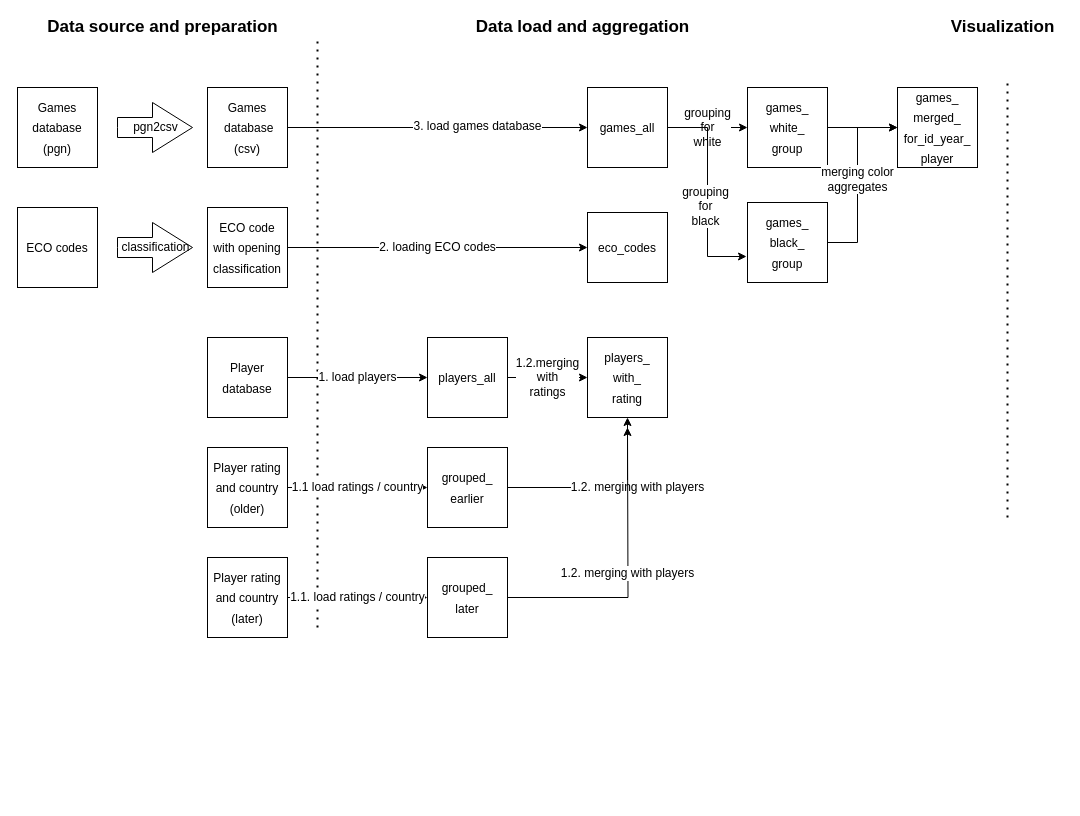
The draw.io diagram Untitled Diagram.drawio in lacibacsi/chess_playing_style_analysis, before the edit. Source tidied: cells renumbered, new cells numbered last; positions are measured from the earlier drawing's top-left corner, leaving out a move shared by most shapes. Both pictures are drawn from the tidied source at 100%, with x=0, y=0 at pixel (17, 17).
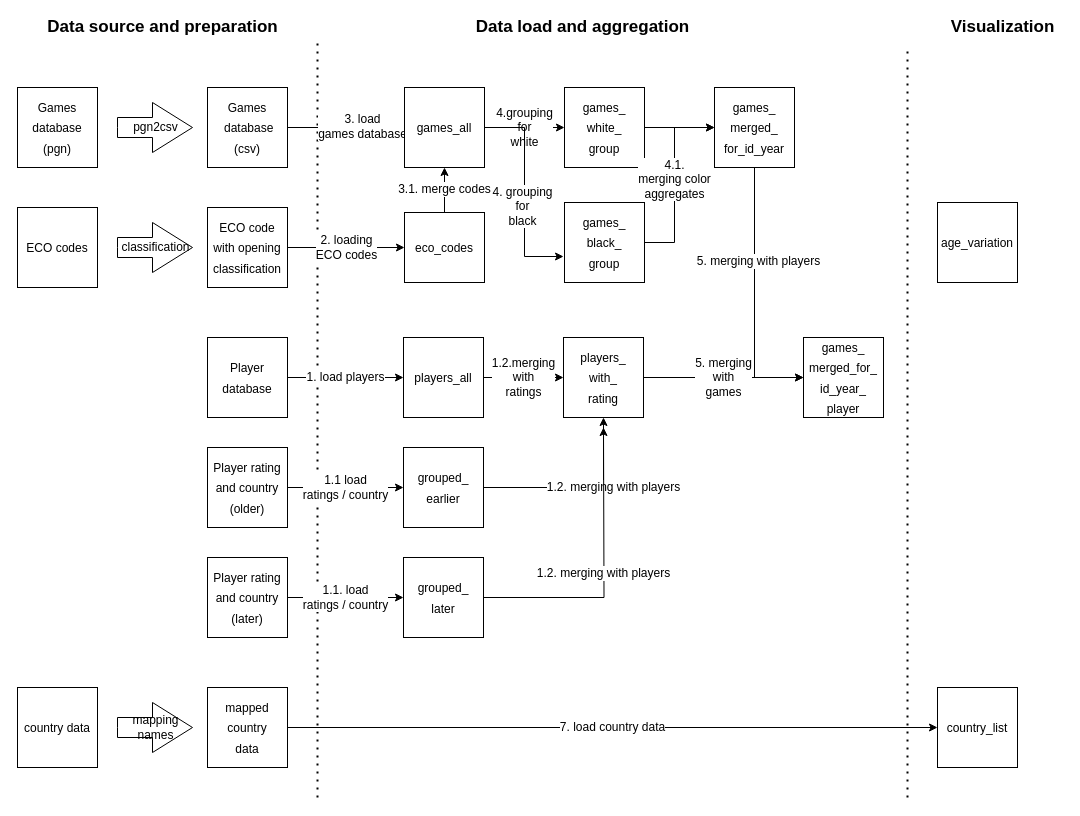
The same diagram, later.

Unchanged cells that the change refers to:
```xml
<mxCell id="9" style="edgeStyle=orthogonalEdgeStyle;rounded=0;jettySize=auto;html=1;exitX=1;exitY=0.5;exitDx=0;exitDy=0;entryX=0;entryY=0.5;entryDx=0;entryDy=0;fontSize=12;" parent="1" edge="1" source="11" target="33">
  <mxGeometry relative="1" as="geometry" />
</mxCell>
<mxCell id="15" value="&lt;font style=&quot;font-size: 12px&quot;&gt;ECO code with opening classification&lt;br&gt;&lt;/font&gt;" style="whiteSpace=wrap;html=1;fontSize=17;" parent="1" vertex="1">
  <mxGeometry x="190" y="190" width="80" height="80" as="geometry" />
</mxCell>
<mxCell id="17" value="&lt;font style=&quot;font-size: 12px&quot;&gt;Player rating and country (older)&lt;br&gt;&lt;/font&gt;" style="whiteSpace=wrap;html=1;fontSize=17;" parent="1" vertex="1">
  <mxGeometry x="190" y="430" width="80" height="80" as="geometry" />
</mxCell>
<mxCell id="21" value="&lt;font style=&quot;font-size: 12px&quot;&gt;Player rating and country (later)&lt;br&gt;&lt;/font&gt;" style="whiteSpace=wrap;html=1;fontSize=17;" parent="1" vertex="1">
  <mxGeometry x="190" y="540" width="80" height="80" as="geometry" />
</mxCell>
```

What changed in the source:
```diff
@@
     <mxCell id="2" style="endArrow=none;dashed=1;html=1;dashPattern=1 3;strokeWidth=2;rounded=0;" parent="1" edge="1">
       <mxGeometry relative="1" as="geometry">
-        <mxPoint x="300" y="610" as="sourcePoint" />
+        <mxPoint x="300" y="780" as="sourcePoint" />
         <mxPoint x="300" y="20" as="targetPoint" />
       </mxGeometry>
     </mxCell>
@@
-    <mxCell id="5" style="endArrow=none;dashed=1;html=1;dashPattern=1 3;strokeWidth=2;rounded=0;" parent="1" edge="1">
-      <mxGeometry relative="1" as="geometry">
-        <mxPoint x="990" y="500" as="sourcePoint" />
-        <mxPoint x="990" y="60" as="targetPoint" />
-      </mxGeometry>
-    </mxCell>
@@
-    <mxCell id="10" value="3. load games database" style="edgeLabel;html=1;align=center;verticalAlign=middle;fontSize=12;" parent="9" vertex="1">
+    <mxCell id="10" value="3. load &lt;br&gt;games database" style="edgeLabel;html=1;align=center;verticalAlign=middle;fontSize=12;" parent="9" vertex="1">
       <mxGeometry x="0.26" y="2" relative="1" as="geometry" />
     </mxCell>
@@
-    <mxCell id="14" value="2. loading ECO codes" style="edgeStyle=orthogonalEdgeStyle;rounded=0;jettySize=auto;html=1;fontSize=12;" parent="1" edge="1" source="15" target="29">
+    <mxCell id="14" value="2. loading&lt;br&gt;ECO codes" style="edgeStyle=orthogonalEdgeStyle;rounded=0;jettySize=auto;html=1;fontSize=12;" parent="1" edge="1" source="15" target="29">
       <mxGeometry relative="1" as="geometry" />
     </mxCell>
@@
-    <mxCell id="16" value="1.1 load ratings / country" style="edgeStyle=orthogonalEdgeStyle;rounded=0;jettySize=auto;html=1;exitX=1;exitY=0.5;exitDx=0;exitDy=0;entryX=0;entryY=0.5;entryDx=0;entryDy=0;fontSize=12;" parent="1" edge="1" source="17" target="25">
+    <mxCell id="16" value="1.1 load &lt;br&gt;ratings / country" style="edgeStyle=orthogonalEdgeStyle;rounded=0;jettySize=auto;html=1;exitX=1;exitY=0.5;exitDx=0;exitDy=0;entryX=0;entryY=0.5;entryDx=0;entryDy=0;fontSize=12;" parent="1" edge="1" source="17" target="25">
       <mxGeometry relative="1" as="geometry" />
     </mxCell>
@@
-    <mxCell id="20" value="1.1. load ratings / country" style="edgeStyle=orthogonalEdgeStyle;rounded=0;jettySize=auto;html=1;exitX=1;exitY=0.5;exitDx=0;exitDy=0;fontSize=12;" parent="1" edge="1" source="21" target="27">
+    <mxCell id="20" value="1.1. load &lt;br&gt;ratings / country" style="edgeStyle=orthogonalEdgeStyle;rounded=0;jettySize=auto;html=1;exitX=1;exitY=0.5;exitDx=0;exitDy=0;fontSize=12;" parent="1" edge="1" source="21" target="27">
       <mxGeometry relative="1" as="geometry" />
     </mxCell>
@@
     <mxCell id="23" value="&lt;font style=&quot;font-size: 12px&quot;&gt;players_all&lt;br&gt;&lt;/font&gt;" style="whiteSpace=wrap;html=1;fontSize=17;" parent="1" vertex="1">
-      <mxGeometry x="410" y="320" width="80" height="80" as="geometry" />
+      <mxGeometry x="386" y="320" width="80" height="80" as="geometry" />
     </mxCell>
@@
     <mxCell id="25" value="&lt;font style=&quot;font-size: 12px&quot;&gt;grouped_&lt;br&gt;earlier&lt;br&gt;&lt;/font&gt;" style="whiteSpace=wrap;html=1;fontSize=17;" parent="1" vertex="1">
-      <mxGeometry x="410" y="430" width="80" height="80" as="geometry" />
+      <mxGeometry x="386" y="430" width="80" height="80" as="geometry" />
     </mxCell>
     <mxCell id="26" value="1.2. merging with players" style="edgeStyle=orthogonalEdgeStyle;rounded=0;jettySize=auto;html=1;fontSize=12;" parent="1" edge="1" source="27">
       <mxGeometry relative="1" as="geometry">
-        <mxPoint x="610" y="410" as="targetPoint" />
+        <mxPoint x="586" y="410" as="targetPoint" />
       </mxGeometry>
     </mxCell>
     <mxCell id="27" value="&lt;font style=&quot;font-size: 12px&quot;&gt;grouped_&lt;br&gt;later&lt;br&gt;&lt;/font&gt;" style="whiteSpace=wrap;html=1;fontSize=17;" parent="1" vertex="1">
-      <mxGeometry x="410" y="540" width="80" height="80" as="geometry" />
+      <mxGeometry x="386" y="540" width="80" height="80" as="geometry" />
     </mxCell>
+    <mxCell id="39" value="5. merging&lt;br&gt;with&lt;br&gt;games" style="edgeStyle=orthogonalEdgeStyle;rounded=0;jettySize=auto;html=1;exitX=1;exitY=0.5;exitDx=0;exitDy=0;entryX=0;entryY=0.5;entryDx=0;entryDy=0;fontSize=12;" parent="1" edge="1" source="28" target="43">
+      <mxGeometry relative="1" as="geometry" />
+    </mxCell>
     <mxCell id="28" value="&lt;font style=&quot;font-size: 12px&quot;&gt;players_&lt;br&gt;with_&lt;br&gt;rating&lt;br&gt;&lt;/font&gt;" style="whiteSpace=wrap;html=1;fontSize=17;" parent="1" vertex="1">
-      <mxGeometry x="570" y="320" width="80" height="80" as="geometry" />
+      <mxGeometry x="546" y="320" width="80" height="80" as="geometry" />
     </mxCell>
+    <mxCell id="40" value="3.1. merge codes" style="edgeStyle=orthogonalEdgeStyle;rounded=0;jettySize=auto;html=1;exitX=0.5;exitY=0;exitDx=0;exitDy=0;fontSize=12;" parent="1" edge="1" source="29" target="33">
+      <mxGeometry relative="1" as="geometry" />
+    </mxCell>
     <mxCell id="29" value="&lt;font style=&quot;font-size: 12px&quot;&gt;eco_codes&lt;/font&gt;" style="whiteSpace=wrap;html=1;fontSize=17;" parent="1" vertex="1">
-      <mxGeometry x="570" y="195" width="80" height="70" as="geometry" />
+      <mxGeometry x="387" y="195" width="80" height="70" as="geometry" />
     </mxCell>
-    <mxCell id="30" value="grouping&lt;br&gt;for&lt;br&gt;white" style="edgeStyle=orthogonalEdgeStyle;rounded=0;jettySize=auto;html=1;exitX=1;exitY=0.5;exitDx=0;exitDy=0;entryX=0;entryY=0.5;entryDx=0;entryDy=0;fontSize=12;" parent="1" edge="1" source="33" target="35">
+    <mxCell id="30" value="4.grouping&lt;br&gt;for&lt;br&gt;white" style="edgeStyle=orthogonalEdgeStyle;rounded=0;jettySize=auto;html=1;exitX=1;exitY=0.5;exitDx=0;exitDy=0;entryX=0;entryY=0.5;entryDx=0;entryDy=0;fontSize=12;" parent="1" edge="1" source="33" target="35">
       <mxGeometry relative="1" as="geometry" />
     </mxCell>
     <mxCell id="31" style="edgeStyle=orthogonalEdgeStyle;rounded=0;jettySize=auto;html=1;exitX=1;exitY=0.5;exitDx=0;exitDy=0;entryX=-0.012;entryY=0.675;entryDx=0;entryDy=0;entryPerimeter=0;fontSize=12;" parent="1" edge="1" source="33" target="37">
       <mxGeometry relative="1" as="geometry">
         <Array as="points">
-          <mxPoint x="690" y="110" />
-          <mxPoint x="690" y="239" />
+          <mxPoint x="507" y="110" />
+          <mxPoint x="507" y="239" />
         </Array>
       </mxGeometry>
     </mxCell>
-    <mxCell id="32" value="grouping&lt;br&gt;for&lt;br&gt;black" style="edgeLabel;html=1;align=center;verticalAlign=middle;fontSize=12;" parent="31" vertex="1">
+    <mxCell id="32" value="4. grouping&lt;br&gt;for&lt;br&gt;black" style="edgeLabel;html=1;align=center;verticalAlign=middle;fontSize=12;" parent="31" vertex="1">
       <mxGeometry x="0.13" y="-3" relative="1" as="geometry" />
     </mxCell>
     <mxCell id="33" value="&lt;font style=&quot;font-size: 12px&quot;&gt;games_all&lt;br&gt;&lt;/font&gt;" style="whiteSpace=wrap;html=1;fontSize=17;" parent="1" vertex="1">
-      <mxGeometry x="570" y="70" width="80" height="80" as="geometry" />
+      <mxGeometry x="387" y="70" width="80" height="80" as="geometry" />
     </mxCell>
@@
     <mxCell id="35" value="&lt;font style=&quot;font-size: 12px&quot;&gt;games_&lt;br&gt;white_&lt;br&gt;group&lt;br&gt;&lt;/font&gt;" style="whiteSpace=wrap;html=1;fontSize=17;" parent="1" vertex="1">
-      <mxGeometry x="730" y="70" width="80" height="80" as="geometry" />
+      <mxGeometry x="547" y="70" width="80" height="80" as="geometry" />
     </mxCell>
-    <mxCell id="36" value="merging color &lt;br&gt;aggregates" style="edgeStyle=orthogonalEdgeStyle;rounded=0;jettySize=auto;html=1;exitX=1;exitY=0.5;exitDx=0;exitDy=0;fontSize=12;" parent="1" edge="1" source="37">
+    <mxCell id="36" value="4.1. &lt;br&gt;merging color &lt;br&gt;aggregates" style="edgeStyle=orthogonalEdgeStyle;rounded=0;jettySize=auto;html=1;exitX=1;exitY=0.5;exitDx=0;exitDy=0;fontSize=12;" parent="1" edge="1" source="37">
       <mxGeometry relative="1" as="geometry">
-        <mxPoint x="880" y="110" as="targetPoint" />
+        <mxPoint x="697" y="110" as="targetPoint" />
         <Array as="points">
-          <mxPoint x="840" y="225" />
-          <mxPoint x="840" y="110" />
+          <mxPoint x="657" y="225" />
+          <mxPoint x="657" y="110" />
         </Array>
       </mxGeometry>
     </mxCell>
     <mxCell id="37" value="&lt;font style=&quot;font-size: 12px&quot;&gt;games_&lt;br&gt;black_&lt;br&gt;group&lt;br&gt;&lt;/font&gt;" style="whiteSpace=wrap;html=1;fontSize=17;" parent="1" vertex="1">
-      <mxGeometry x="730" y="185" width="80" height="80" as="geometry" />
+      <mxGeometry x="547" y="185" width="80" height="80" as="geometry" />
     </mxCell>
+    <mxCell id="41" style="edgeStyle=orthogonalEdgeStyle;rounded=0;jettySize=auto;html=1;exitX=0.5;exitY=1;exitDx=0;exitDy=0;fontSize=12;" parent="1" edge="1" source="38">
+      <mxGeometry relative="1" as="geometry">
+        <mxPoint x="786" y="360" as="targetPoint" />
+        <Array as="points">
+          <mxPoint x="737" y="360" />
+        </Array>
+      </mxGeometry>
+    </mxCell>
+    <mxCell id="42" value="5. merging with players" style="edgeLabel;html=1;align=center;verticalAlign=middle;fontSize=12;" parent="41" vertex="1">
+      <mxGeometry x="-0.28" y="3" relative="1" as="geometry" />
+    </mxCell>
-    <mxCell id="38" value="&lt;font style=&quot;font-size: 12px&quot;&gt;games_&lt;br&gt;merged_&lt;br&gt;for_id_year_&lt;br&gt;player&lt;br&gt;&lt;/font&gt;" style="whiteSpace=wrap;html=1;fontSize=17;" parent="1" vertex="1">
-      <mxGeometry x="880" y="70" width="80" height="80" as="geometry" />
+    <mxCell id="38" value="&lt;font style=&quot;font-size: 12px&quot;&gt;games_&lt;br&gt;merged_&lt;br&gt;for_id_year&lt;br&gt;&lt;/font&gt;" style="whiteSpace=wrap;html=1;fontSize=17;" parent="1" vertex="1">
+      <mxGeometry x="697" y="70" width="80" height="80" as="geometry" />
     </mxCell>
+    <mxCell id="43" value="&lt;font style=&quot;font-size: 12px&quot;&gt;games_&lt;br&gt;merged_for_&lt;br&gt;id_year_&lt;br&gt;player&lt;br&gt;&lt;/font&gt;" style="whiteSpace=wrap;html=1;fontSize=17;" parent="1" vertex="1">
+      <mxGeometry x="786" y="320" width="80" height="80" as="geometry" />
+    </mxCell>
+    <mxCell id="44" style="endArrow=none;dashed=1;html=1;dashPattern=1 3;strokeWidth=2;rounded=0;" parent="1" edge="1">
+      <mxGeometry relative="1" as="geometry">
+        <mxPoint x="890" y="780" as="sourcePoint" />
+        <mxPoint x="890" y="30" as="targetPoint" />
+      </mxGeometry>
+    </mxCell>
+    <mxCell id="45" value="&lt;font style=&quot;font-size: 12px&quot;&gt;age_variation&lt;br&gt;&lt;/font&gt;" style="whiteSpace=wrap;html=1;fontSize=17;" parent="1" vertex="1">
+      <mxGeometry x="920" y="185" width="80" height="80" as="geometry" />
+    </mxCell>
+    <mxCell id="46" value="&lt;font style=&quot;font-size: 12px&quot;&gt;country data&lt;br&gt;&lt;/font&gt;" style="whiteSpace=wrap;html=1;fontSize=17;" parent="1" vertex="1">
+      <mxGeometry y="670" width="80" height="80" as="geometry" />
+    </mxCell>
+    <mxCell id="47" value="mapping &lt;br&gt;names" style="html=1;shadow=0;dashed=0;align=center;verticalAlign=middle;shape=mxgraph.arrows2.arrow;dy=0.6;dx=40;notch=0;fontSize=12;" parent="1" vertex="1">
+      <mxGeometry x="100" y="685" width="75" height="50" as="geometry" />
+    </mxCell>
+    <mxCell id="48" value="7. load country data" style="edgeStyle=orthogonalEdgeStyle;rounded=0;jettySize=auto;html=1;exitX=1;exitY=0.5;exitDx=0;exitDy=0;fontSize=12;" parent="1" edge="1" source="49" target="50">
+      <mxGeometry relative="1" as="geometry" />
+    </mxCell>
+    <mxCell id="49" value="&lt;font style=&quot;font-size: 12px&quot;&gt;mapped&lt;br&gt;country&lt;br&gt;data&lt;br&gt;&lt;/font&gt;" style="whiteSpace=wrap;html=1;fontSize=17;" parent="1" vertex="1">
+      <mxGeometry x="190" y="670" width="80" height="80" as="geometry" />
+    </mxCell>
+    <mxCell id="50" value="&lt;font style=&quot;font-size: 12px&quot;&gt;country_list&lt;br&gt;&lt;/font&gt;" style="whiteSpace=wrap;html=1;fontSize=17;" parent="1" vertex="1">
+      <mxGeometry x="920" y="670" width="80" height="80" as="geometry" />
+    </mxCell>
```
